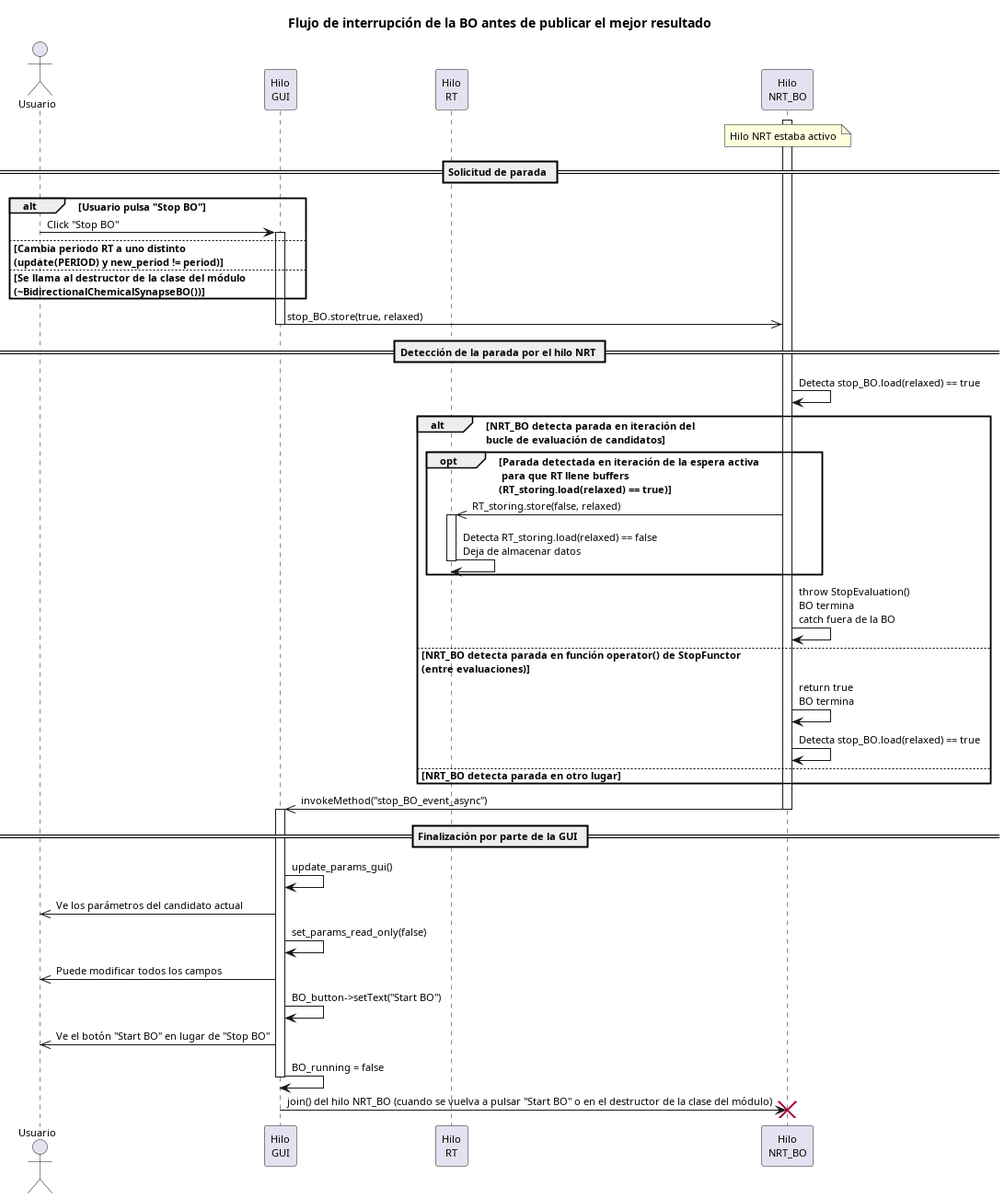
Above: memoria/Workspace/TFG_Marco_Gómez/codigos_figuras/figures/diagrama_flujo_interrupcion.png in MarcoGomezHernandez/TFG (PlantUML), before the change. Source of this version:
```plantuml
@startuml

skinparam defaultFontName Helvetica
skinparam defaultFontSize 11

title Flujo de interrupción de la BO antes de publicar el mejor resultado

actor       Usuario     as U
participant "Hilo\nGUI"         as GUI
participant "Hilo\nRT"          as RT
participant "Hilo\nNRT_BO"      as NRT

note over NRT
  Hilo NRT estaba activo
end note

activate NRT

== Solicitud de parada ==

alt Usuario pulsa "Stop BO"
  U -> GUI : Click "Stop BO"
  activate GUI
else Cambia periodo RT a uno distinto\n(update(PERIOD) y new_period != period)
else Se llama al destructor de la clase del módulo\n(~BidirectionalChemicalSynapseBO())
end

GUI ->> NRT : stop_BO.store(true, relaxed)
deactivate GUI

== Detección de la parada por el hilo NRT ==

NRT -> NRT : Detecta stop_BO.load(relaxed) == true

alt NRT_BO detecta parada en iteración del\nbucle de evaluación de candidatos
  opt Parada detectada en iteración de la espera activa\n para que RT llene buffers\n(RT_storing.load(relaxed) == true)
    NRT ->> RT : RT_storing.store(false, relaxed)
    activate RT
    RT -> RT :  Detecta RT_storing.load(relaxed) == false\nDeja de almacenar datos
    deactivate RT
  end
  NRT -> NRT : throw StopEvaluation()\nBO termina\ncatch fuera de la BO
else NRT_BO detecta parada en función operator() de StopFunctor\n(entre evaluaciones)
  NRT -> NRT : return true\nBO termina
  NRT -> NRT : Detecta stop_BO.load(relaxed) == true
else NRT_BO detecta parada en otro lugar
end

NRT ->> GUI : invokeMethod("stop_BO_event_async")
deactivate NRT

== Finalización por parte de la GUI ==

activate GUI
GUI -> GUI : update_params_gui()
GUI ->> U : Ve los parámetros del candidato actual
GUI -> GUI : set_params_read_only(false)
GUI ->> U : Puede modificar todos los campos
GUI -> GUI : BO_button->setText("Start BO")
GUI ->> U : Ve el botón "Start BO" en lugar de "Stop BO"
GUI -> GUI : BO_running = false
deactivate GUI

GUI -> NRT: join() del hilo NRT_BO (cuando se vuelva a pulsar "Start BO" o en el destructor de la clase del módulo)
destroy NRT

@enduml
```
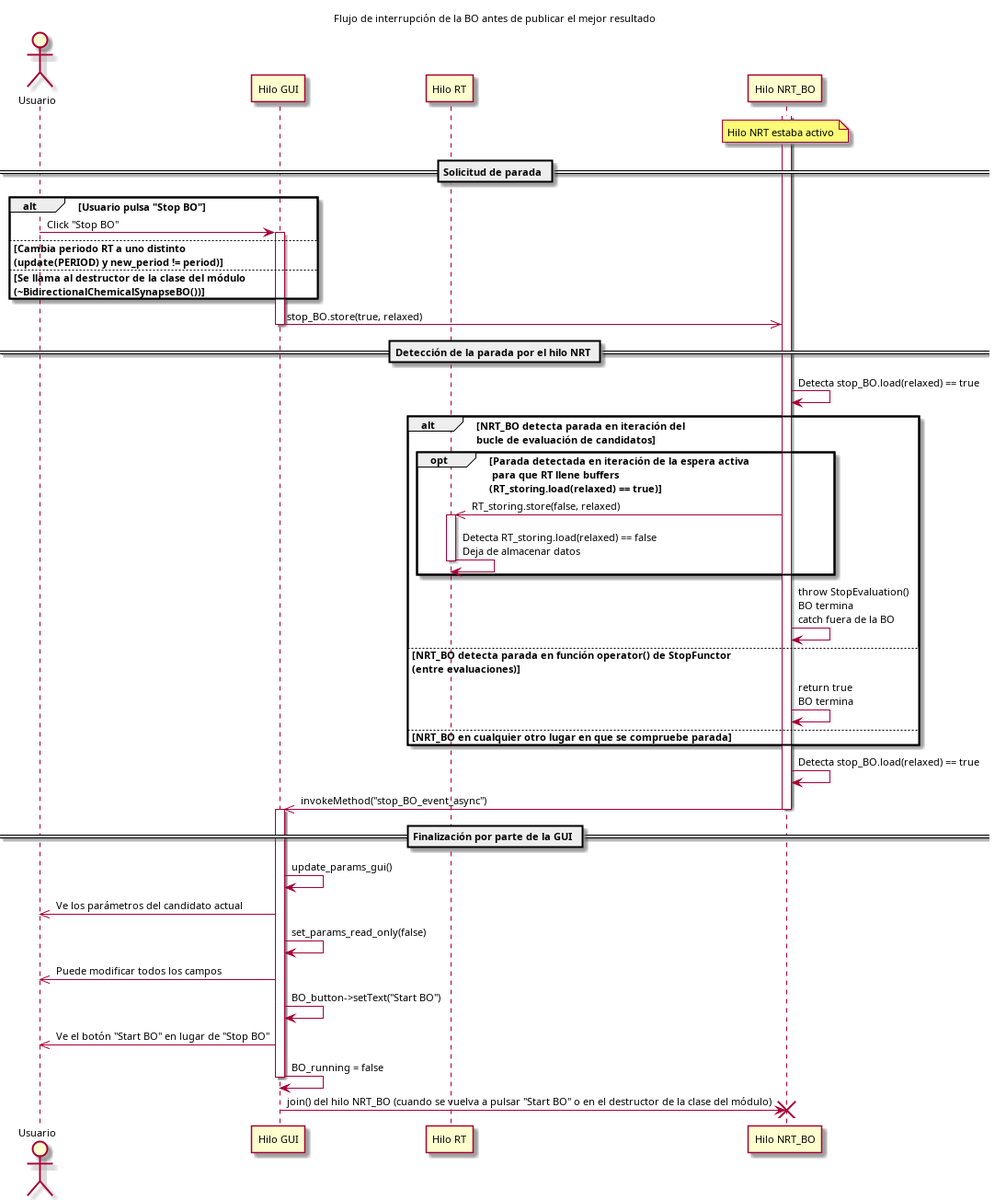
After the change.

Diff of the diagram source:
```diff
@@ -6,9 +6,9 @@
 title Flujo de interrupción de la BO antes de publicar el mejor resultado
 
 actor       Usuario     as U
-participant "Hilo\nGUI"         as GUI
-participant "Hilo\nRT"          as RT
-participant "Hilo\nNRT_BO"      as NRT
+participant "Hilo GUI"         as GUI
+participant "Hilo RT"          as RT
+participant "Hilo NRT_BO"      as NRT
 
 note over NRT
   Hilo NRT estaba activo
@@ -42,10 +42,10 @@
   NRT -> NRT : throw StopEvaluation()\nBO termina\ncatch fuera de la BO
 else NRT_BO detecta parada en función operator() de StopFunctor\n(entre evaluaciones)
   NRT -> NRT : return true\nBO termina
-  NRT -> NRT : Detecta stop_BO.load(relaxed) == true
-else NRT_BO detecta parada en otro lugar
+else NRT_BO en cualquier otro lugar en que se compruebe parada
 end
 
+NRT -> NRT : Detecta stop_BO.load(relaxed) == true
 NRT ->> GUI : invokeMethod("stop_BO_event_async")
 deactivate NRT
 
```
